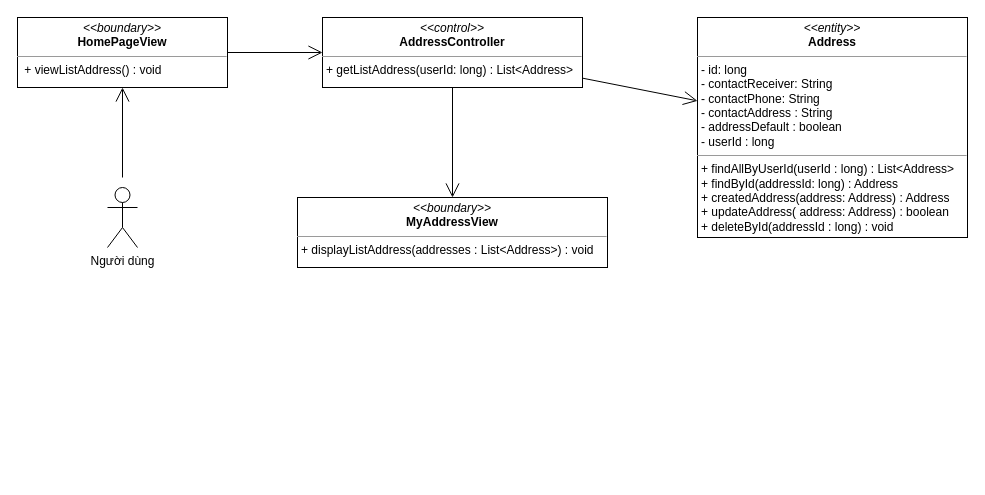
The draw.io diagram class diagram/get-list-address-class-diagram.drawio in nguyenphamvan/datn_20202, before the edit. Source tidied: cells renumbered, new cells numbered last; positions are measured from the earlier drawing's top-left corner, leaving out a move shared by most shapes. Both pictures are drawn from the tidied source at 100%, with x=0, y=0 at pixel (17, 17).
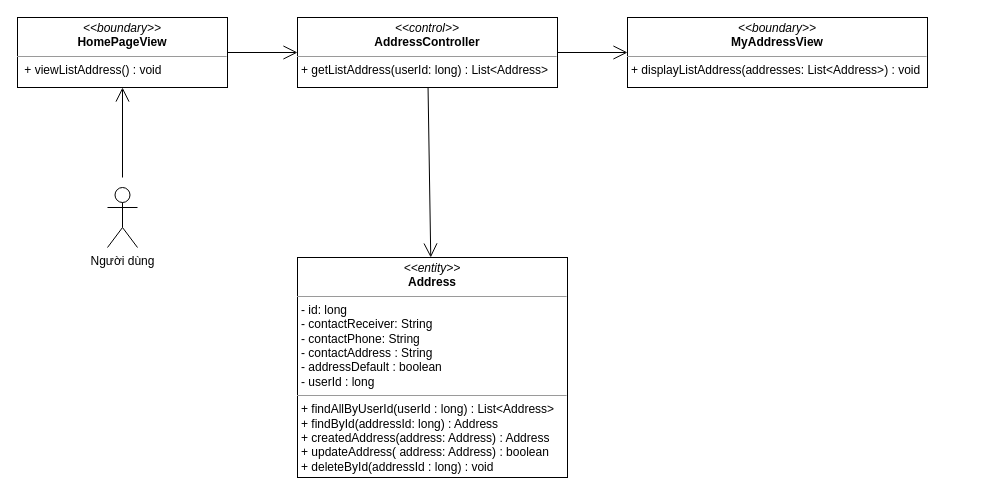
After the change.

Diff of the diagram source:
```diff
@@
 <mxGraphModel>
   <root>
     <mxCell id="0" />
     <mxCell id="1" parent="0" />
-    <mxCell id="2" value="&lt;p style=&quot;margin: 0px ; margin-top: 4px ; text-align: center&quot;&gt;&lt;i&gt;&amp;lt;&amp;lt;boundary&amp;gt;&amp;gt;&lt;/i&gt;&lt;br&gt;&lt;b&gt;MyAddressView&lt;/b&gt;&lt;/p&gt;&lt;hr size=&quot;1&quot;&gt;&lt;p style=&quot;margin: 0px ; margin-left: 4px&quot;&gt;&lt;span&gt;+ displayListAddress(addresses : List&amp;lt;Address&amp;gt;) : void&lt;/span&gt;&lt;/p&gt;&lt;p style=&quot;margin: 0px ; margin-left: 4px&quot;&gt;&lt;br&gt;&lt;/p&gt;" style="verticalAlign=top;align=left;overflow=fill;fontSize=12;fontFamily=Helvetica;html=1;" parent="1" vertex="1">
-      <mxGeometry x="280" y="180" width="310" height="70" as="geometry" />
+    <mxCell id="2" value="&lt;p style=&quot;margin: 0px ; margin-top: 4px ; text-align: center&quot;&gt;&lt;i&gt;&amp;lt;&amp;lt;boundary&amp;gt;&amp;gt;&lt;/i&gt;&lt;br&gt;&lt;b&gt;MyAddressView&lt;/b&gt;&lt;/p&gt;&lt;hr size=&quot;1&quot;&gt;&lt;p style=&quot;margin: 0px ; margin-left: 4px&quot;&gt;&lt;span&gt;+ displayListAddress(addresses: List&amp;lt;Address&amp;gt;) : void&lt;/span&gt;&lt;/p&gt;&lt;p style=&quot;margin: 0px ; margin-left: 4px&quot;&gt;&lt;br&gt;&lt;/p&gt;" style="verticalAlign=top;align=left;overflow=fill;fontSize=12;fontFamily=Helvetica;html=1;" parent="1" vertex="1">
+      <mxGeometry x="610" width="300" height="70" as="geometry" />
     </mxCell>
     <mxCell id="3" style="endArrow=open;endFill=1;endSize=12;html=1;" parent="1" edge="1" source="5" target="2">
       <mxGeometry relative="1" as="geometry" />
     </mxCell>
     <mxCell id="4" value="&lt;p style=&quot;margin: 0px ; margin-top: 4px ; text-align: center&quot;&gt;&lt;i&gt;&amp;lt;&amp;lt;entity&amp;gt;&amp;gt;&lt;/i&gt;&lt;br&gt;&lt;b&gt;Address&lt;/b&gt;&lt;/p&gt;&lt;hr size=&quot;1&quot;&gt;&lt;p style=&quot;margin: 0px ; margin-left: 4px&quot;&gt;- id: long&lt;/p&gt;&lt;p style=&quot;margin: 0px ; margin-left: 4px&quot;&gt;- contactReceiver: String&lt;br&gt;- contactPhone: String&lt;/p&gt;&lt;p style=&quot;margin: 0px ; margin-left: 4px&quot;&gt;- contactAddress : String&lt;/p&gt;&lt;p style=&quot;margin: 0px ; margin-left: 4px&quot;&gt;- addressDefault : boolean&lt;/p&gt;&lt;p style=&quot;margin: 0px ; margin-left: 4px&quot;&gt;- userId : long&lt;/p&gt;&lt;hr size=&quot;1&quot;&gt;&lt;p style=&quot;margin: 0px 0px 0px 4px&quot;&gt;+ findAllByUserId(userId : long) : List&amp;lt;Address&amp;gt;&lt;/p&gt;&lt;p style=&quot;margin: 0px 0px 0px 4px&quot;&gt;+ findById(addressId: long) : Address&lt;/p&gt;&lt;p style=&quot;margin: 0px 0px 0px 4px&quot;&gt;+ createdAddress(address: Address) : Address&lt;/p&gt;&lt;p style=&quot;margin: 0px 0px 0px 4px&quot;&gt;+ updateAddress( address: Address) : boolean&lt;/p&gt;&lt;p style=&quot;margin: 0px 0px 0px 4px&quot;&gt;+ deleteById(addressId : long) : void&lt;/p&gt;" style="verticalAlign=top;align=left;overflow=fill;fontSize=12;fontFamily=Helvetica;html=1;" parent="1" vertex="1">
-      <mxGeometry x="680" width="270" height="220" as="geometry" />
+      <mxGeometry x="280" y="240" width="270" height="220" as="geometry" />
     </mxCell>
     <mxCell id="5" value="&lt;p style=&quot;margin: 0px ; margin-top: 4px ; text-align: center&quot;&gt;&lt;i&gt;&amp;lt;&amp;lt;control&amp;gt;&amp;gt;&lt;/i&gt;&lt;br&gt;&lt;b&gt;AddressController&lt;/b&gt;&lt;br&gt;&lt;/p&gt;&lt;hr size=&quot;1&quot;&gt;&lt;p style=&quot;margin: 0px ; margin-left: 4px&quot;&gt;&lt;/p&gt;&lt;p style=&quot;margin: 0px ; margin-left: 4px&quot;&gt;+ getListAddress(userId: long) : List&amp;lt;Address&amp;gt;&lt;/p&gt;" style="verticalAlign=top;align=left;overflow=fill;fontSize=12;fontFamily=Helvetica;html=1;" parent="1" vertex="1">
-      <mxGeometry x="305" width="260" height="70" as="geometry" />
+      <mxGeometry x="280" width="260" height="70" as="geometry" />
     </mxCell>
     <mxCell id="6" style="endArrow=open;endFill=1;endSize=12;html=1;" parent="1" edge="1" source="5" target="4">
       <mxGeometry relative="1" as="geometry" />
     </mxCell>
     <mxCell id="7" value="&lt;p style=&quot;margin: 0px ; margin-top: 4px ; text-align: center&quot;&gt;&lt;i&gt;&amp;lt;&amp;lt;boundary&amp;gt;&amp;gt;&lt;/i&gt;&lt;br&gt;&lt;b&gt;HomePageView&lt;/b&gt;&lt;/p&gt;&lt;hr size=&quot;1&quot;&gt;&lt;p style=&quot;margin: 0px ; margin-left: 4px&quot;&gt;&lt;span&gt;&amp;nbsp;&lt;/span&gt;&lt;span&gt;+ viewListAddress() : void&lt;/span&gt;&lt;/p&gt;" style="verticalAlign=top;align=left;overflow=fill;fontSize=12;fontFamily=Helvetica;html=1;" parent="1" vertex="1">
       <mxGeometry width="210" height="70" as="geometry" />
     </mxCell>
     <mxCell id="8" style="endArrow=open;endFill=1;endSize=12;html=1;entryX=0;entryY=0.5;entryDx=0;entryDy=0;" parent="1" edge="1" source="7" target="5">
       <mxGeometry relative="1" as="geometry" />
     </mxCell>
     <mxCell id="9" value="Người dùng" style="shape=umlActor;verticalLabelPosition=bottom;verticalAlign=top;html=1;" parent="1" vertex="1">
       <mxGeometry x="90" y="170" width="30" height="60" as="geometry" />
     </mxCell>
     <mxCell id="10" style="endArrow=open;endFill=1;endSize=12;html=1;" parent="1" edge="1" target="7">
       <mxGeometry relative="1" as="geometry">
         <mxPoint x="105" y="160" as="sourcePoint" />
       </mxGeometry>
     </mxCell>
   </root>
 </mxGraphModel>
```
